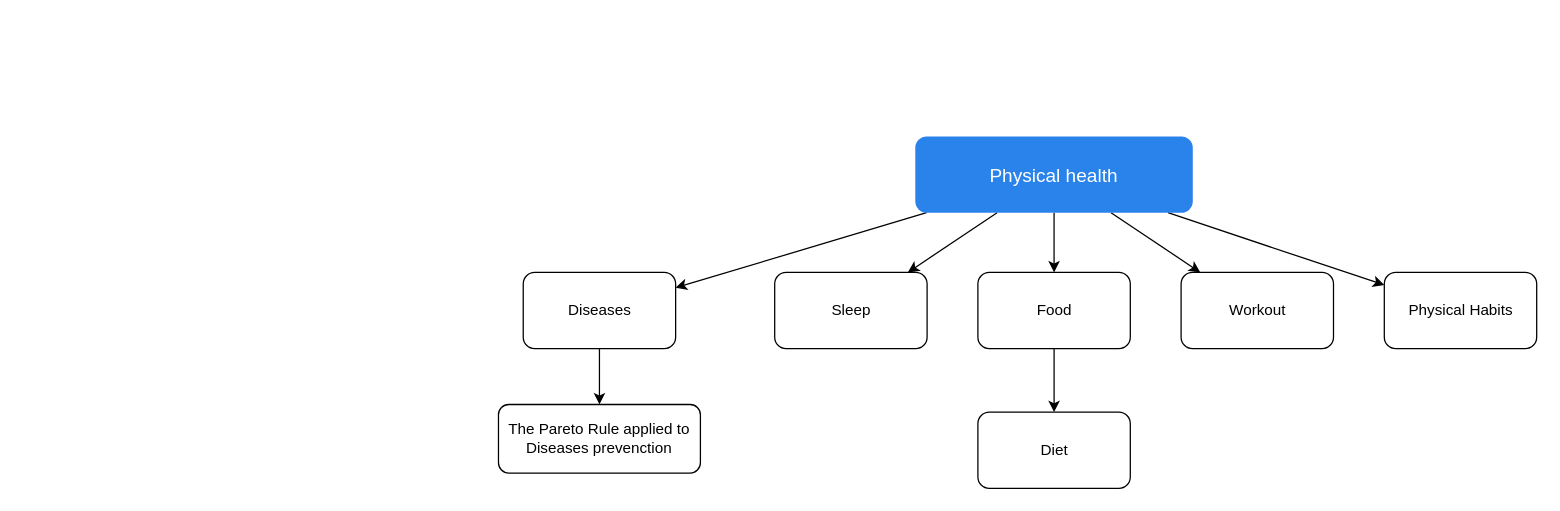
Above: page "Physical Health" (4 of 4) of Wellbeing.drawio in alfonsograziano/personal-blog (draw.io), before the change. Source tidied: cells renumbered, new cells numbered last; positions are measured from the earlier drawing's top-left corner, leaving out a move shared by most shapes. Both pictures are drawn from the tidied source at 127%, with x=0, y=0 at pixel (498, 136).
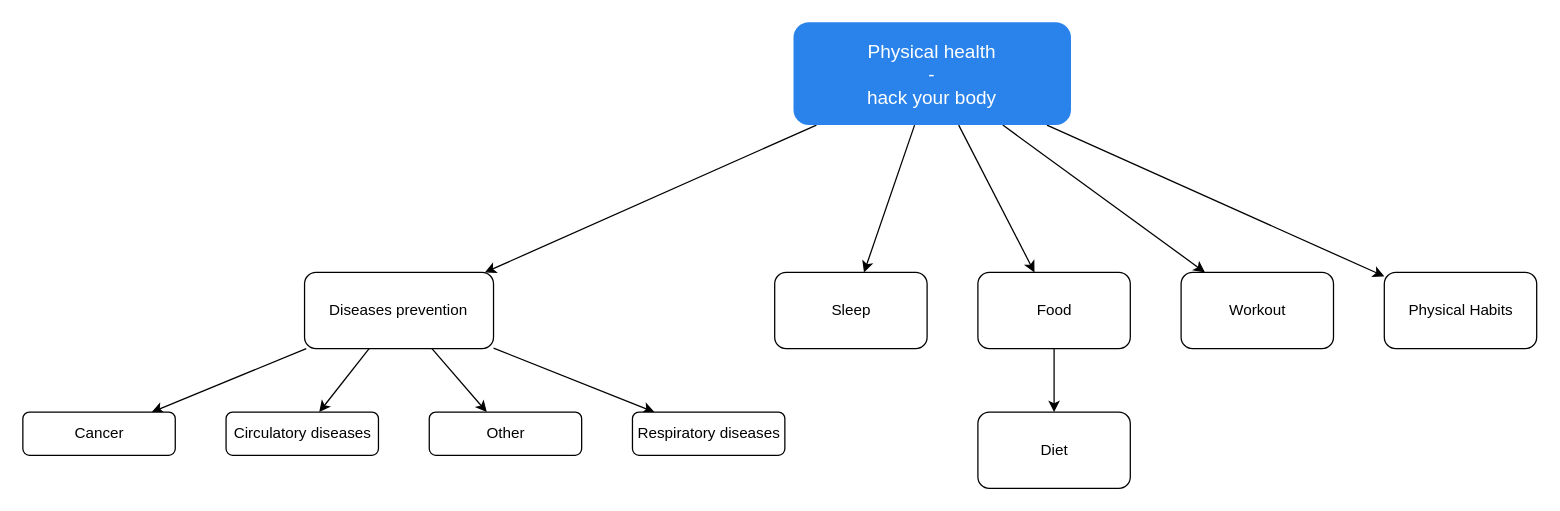
The same diagram, later.

Commit message (it also covers changes not shown here):
Diseases prevention

Change to the diagram source:
```diff
@@
-    <mxCell id="7" value="Physical health" style="rounded=1;whiteSpace=wrap;html=1;fontSize=15;fillColor=#2a83eb;strokeColor=none;fontColor=#ffffff;" parent="1" vertex="1">
-      <mxGeometry x="328.2" width="218.5" height="60" as="geometry" />
+    <mxCell id="7" value="Physical health&lt;br&gt;-&lt;br&gt;hack your body" style="rounded=1;whiteSpace=wrap;html=1;fontSize=15;fillColor=#2a83eb;strokeColor=none;fontColor=#ffffff;" parent="1" vertex="1">
+      <mxGeometry x="232.3" y="-90" width="218.5" height="81" as="geometry" />
     </mxCell>
@@
-    <mxCell id="13" style="edgeStyle=none;rounded=0;jettySize=auto;html=1;" parent="1" edge="1" source="14" target="15">
-      <mxGeometry relative="1" as="geometry" />
-    </mxCell>
+    <mxCell id="17" style="rounded=0;jettySize=auto;html=1;" parent="1" edge="1" source="14" target="21">
+      <mxGeometry relative="1" as="geometry" />
+    </mxCell>
+    <mxCell id="18" style="rounded=0;jettySize=auto;html=1;" parent="1" edge="1" source="14" target="22">
+      <mxGeometry relative="1" as="geometry" />
+    </mxCell>
+    <mxCell id="19" style="rounded=0;jettySize=auto;html=1;" parent="1" edge="1" source="14" target="24">
+      <mxGeometry relative="1" as="geometry" />
+    </mxCell>
+    <mxCell id="20" style="rounded=0;jettySize=auto;html=1;" parent="1" edge="1" source="14" target="23">
+      <mxGeometry relative="1" as="geometry" />
+    </mxCell>
-    <mxCell id="14" value="Diseases" style="rounded=1;whiteSpace=wrap;html=1;" parent="1" vertex="1">
-      <mxGeometry x="19.5" y="107" width="120" height="60" as="geometry" />
+    <mxCell id="14" value="Diseases prevention" style="rounded=1;whiteSpace=wrap;html=1;fontStyle=0;" parent="1" vertex="1">
+      <mxGeometry x="-152.7" y="107" width="148.8" height="60" as="geometry" />
     </mxCell>
-    <mxCell id="15" value="The Pareto Rule applied to Diseases prevenction" style="rounded=1;whiteSpace=wrap;html=1;" parent="1" vertex="1">
-      <mxGeometry y="211" width="159" height="54" as="geometry" />
-    </mxCell>
@@
+    <mxCell id="21" value="Cancer" style="rounded=1;whiteSpace=wrap;html=1;" parent="1" vertex="1">
+      <mxGeometry x="-374.5" y="217" width="120" height="34" as="geometry" />
+    </mxCell>
+    <mxCell id="22" value="Circulatory diseases" style="rounded=1;whiteSpace=wrap;html=1;" parent="1" vertex="1">
+      <mxGeometry x="-214.5" y="217" width="120" height="34" as="geometry" />
+    </mxCell>
+    <mxCell id="23" value="Respiratory diseases" style="rounded=1;whiteSpace=wrap;html=1;" parent="1" vertex="1">
+      <mxGeometry x="105.5" y="217" width="120" height="34" as="geometry" />
+    </mxCell>
+    <mxCell id="24" value="Other" style="rounded=1;whiteSpace=wrap;html=1;" parent="1" vertex="1">
+      <mxGeometry x="-54.5" y="217" width="120" height="34" as="geometry" />
+    </mxCell>
```
